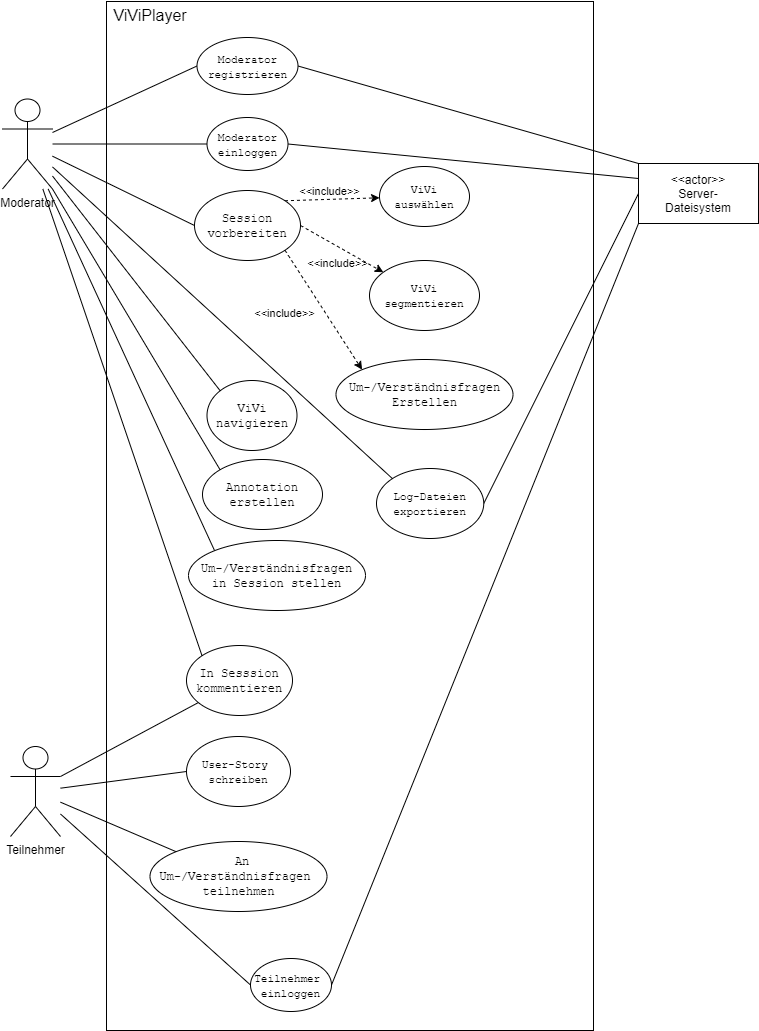
The draw.io diagram specification/sections/diagrams/viviplayer-uc-diagramm.png in dnguyen141/ViViPlayer, before a commit. Source tidied: cells renumbered, new cells last; positions are measured from the earlier drawing's top-left corner, leaving out a move shared by most shapes.
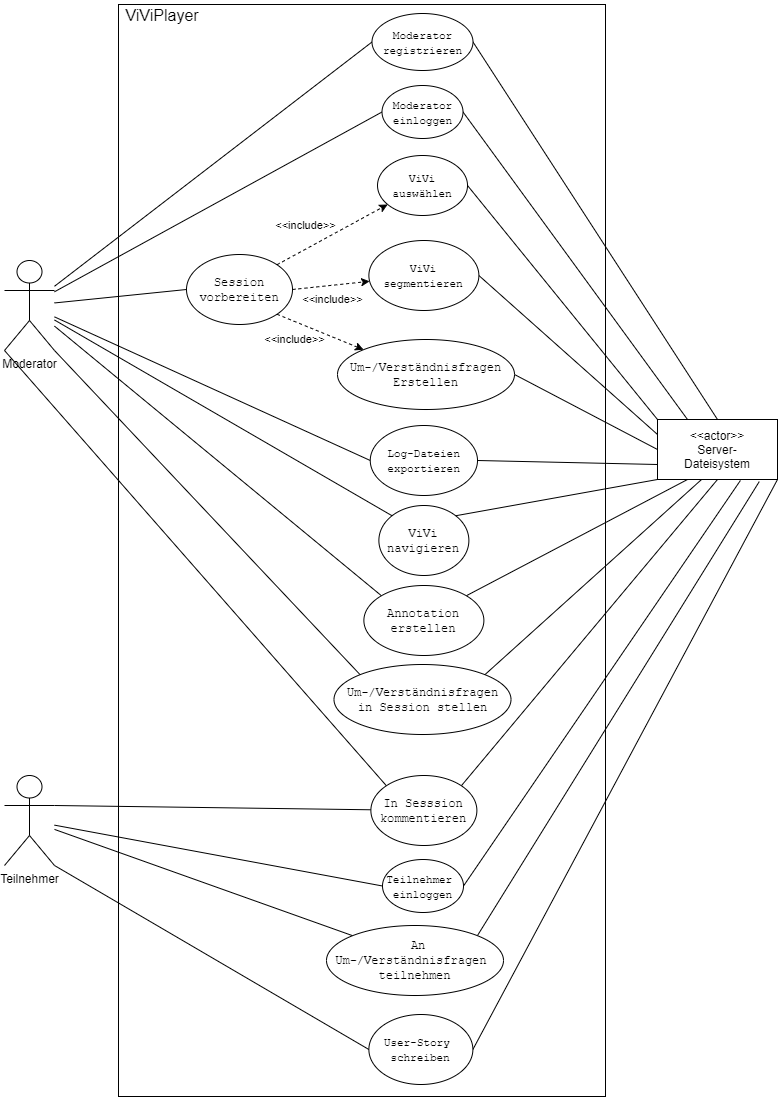
After the change.

The edit, as a diff of the source:
```diff
@@ -3,7 +3,7 @@
     <mxCell id="0" />
     <mxCell id="1" parent="0" />
     <mxCell id="2" style="rounded=0;whiteSpace=wrap;html=1;" parent="1" vertex="1">
-      <mxGeometry x="104" y="1" width="487" height="1029" as="geometry" />
+      <mxGeometry x="104" y="-29" width="487" height="1092" as="geometry" />
     </mxCell>
     <mxCell id="3" style="rounded=0;jettySize=auto;html=1;entryX=0;entryY=0.5;entryDx=0;entryDy=0;endArrow=none;endFill=0;" parent="1" edge="1" source="10" target="34">
       <mxGeometry relative="1" as="geometry" />
@@ -14,44 +14,59 @@
     <mxCell id="5" style="edgeStyle=none;rounded=0;jettySize=auto;html=1;entryX=0;entryY=0.5;entryDx=0;entryDy=0;endArrow=none;endFill=0;" parent="1" edge="1" source="10" target="26">
       <mxGeometry relative="1" as="geometry" />
     </mxCell>
-    <mxCell id="6" style="edgeStyle=none;rounded=0;jettySize=auto;html=1;entryX=0;entryY=0;entryDx=0;entryDy=0;endArrow=none;endFill=0;" parent="1" edge="1" source="10" target="35">
+    <mxCell id="6" style="edgeStyle=none;rounded=0;jettySize=auto;html=1;entryX=0;entryY=0;entryDx=0;entryDy=0;endArrow=none;endFill=0;exitX=1;exitY=1;exitDx=0;exitDy=0;exitPerimeter=0;" parent="1" edge="1" source="10" target="35">
       <mxGeometry relative="1" as="geometry" />
     </mxCell>
     <mxCell id="7" style="edgeStyle=none;rounded=0;jettySize=auto;html=1;entryX=0;entryY=0;entryDx=0;entryDy=0;labelBackgroundColor=none;endArrow=none;endFill=0;" parent="1" edge="1" source="10" target="14">
       <mxGeometry relative="1" as="geometry" />
     </mxCell>
-    <mxCell id="8" style="edgeStyle=none;rounded=0;jettySize=auto;html=1;entryX=0;entryY=0;entryDx=0;entryDy=0;labelBackgroundColor=none;endArrow=none;endFill=0;" parent="1" edge="1" source="10" target="22">
+    <mxCell id="8" style="edgeStyle=none;rounded=0;jettySize=auto;html=1;entryX=0;entryY=0;entryDx=0;entryDy=0;labelBackgroundColor=none;endArrow=none;endFill=0;exitX=0;exitY=1;exitDx=0;exitDy=0;exitPerimeter=0;" parent="1" edge="1" source="10" target="22">
       <mxGeometry relative="1" as="geometry" />
     </mxCell>
-    <mxCell id="9" style="edgeStyle=none;rounded=0;jettySize=auto;html=1;entryX=0;entryY=0;entryDx=0;entryDy=0;labelBackgroundColor=none;endArrow=none;endFill=0;exitX=1;exitY=1;exitDx=0;exitDy=0;exitPerimeter=0;" parent="1" edge="1" source="10" target="40">
+    <mxCell id="9" style="edgeStyle=none;rounded=0;jettySize=auto;html=1;entryX=0;entryY=0;entryDx=0;entryDy=0;labelBackgroundColor=none;endArrow=none;endFill=0;" parent="1" edge="1" source="10" target="40">
       <mxGeometry relative="1" as="geometry" />
     </mxCell>
     <mxCell id="10" value="Moderator" style="shape=umlActor;verticalLabelPosition=bottom;verticalAlign=top;html=1;outlineConnect=0;" parent="1" vertex="1">
-      <mxGeometry y="98.5" width="50" height="90" as="geometry" />
+      <mxGeometry x="-10" y="227" width="50" height="90" as="geometry" />
     </mxCell>
+    <mxCell id="41" style="edgeStyle=none;rounded=0;jettySize=auto;html=1;exitX=1;exitY=0.5;exitDx=0;exitDy=0;entryX=0;entryY=0;entryDx=0;entryDy=0;endArrow=none;endFill=0;" parent="1" edge="1" source="11" target="18">
+      <mxGeometry relative="1" as="geometry" />
+    </mxCell>
     <mxCell id="11" value="&lt;code&gt;&lt;font style=&quot;font-size: 11px&quot;&gt;ViVi auswählen&lt;/font&gt;&lt;/code&gt;" style="ellipse;whiteSpace=wrap;html=1;" parent="1" vertex="1">
-      <mxGeometry x="377" y="166" width="90" height="60" as="geometry" />
+      <mxGeometry x="363" y="122" width="90" height="60" as="geometry" />
     </mxCell>
+    <mxCell id="42" style="edgeStyle=none;rounded=0;jettySize=auto;html=1;exitX=1;exitY=0.5;exitDx=0;exitDy=0;entryX=0;entryY=0.25;entryDx=0;entryDy=0;endArrow=none;endFill=0;" parent="1" edge="1" source="12" target="18">
+      <mxGeometry relative="1" as="geometry" />
+    </mxCell>
     <mxCell id="12" value="&lt;code style=&quot;font-size: 11px&quot;&gt;ViVi segmentieren&lt;/code&gt;" style="ellipse;whiteSpace=wrap;html=1;" parent="1" vertex="1">
-      <mxGeometry x="367" y="260" width="110" height="70" as="geometry" />
+      <mxGeometry x="354.4" y="207" width="110" height="70" as="geometry" />
     </mxCell>
     <mxCell id="13" value="&lt;font style=&quot;font-size: 16px&quot;&gt;ViViPlayer&lt;/font&gt;" style="text;html=1;strokeColor=none;fillColor=none;align=center;verticalAlign=middle;whiteSpace=wrap;rounded=0;fontSize=11;" parent="1" vertex="1">
-      <mxGeometry x="104" width="88" height="30" as="geometry" />
+      <mxGeometry x="104" y="-33" width="88" height="30" as="geometry" />
     </mxCell>
+    <mxCell id="43" style="rounded=0;jettySize=auto;html=1;exitX=1;exitY=0;exitDx=0;exitDy=0;entryX=0;entryY=1;entryDx=0;entryDy=0;endArrow=none;endFill=0;" parent="1" edge="1" source="14" target="18">
+      <mxGeometry relative="1" as="geometry" />
+    </mxCell>
     <mxCell id="14" value="&lt;code&gt;ViVi navigieren&lt;/code&gt;" style="ellipse;whiteSpace=wrap;html=1;" parent="1" vertex="1">
-      <mxGeometry x="204.5" y="380" width="90" height="70" as="geometry" />
+      <mxGeometry x="364.4" y="472" width="90" height="70" as="geometry" />
     </mxCell>
+    <mxCell id="44" style="edgeStyle=none;rounded=0;jettySize=auto;html=1;exitX=1;exitY=0.5;exitDx=0;exitDy=0;entryX=0;entryY=0.5;entryDx=0;entryDy=0;endArrow=none;endFill=0;" parent="1" edge="1" source="15" target="18">
+      <mxGeometry relative="1" as="geometry" />
+    </mxCell>
     <mxCell id="15" value="&lt;code&gt;&amp;nbsp;Um-/Verständnisfragen &lt;br&gt;Erstellen&lt;/code&gt;" style="ellipse;whiteSpace=wrap;html=1;" parent="1" vertex="1">
-      <mxGeometry x="333.5" y="359" width="177" height="70" as="geometry" />
+      <mxGeometry x="323" y="306" width="177" height="70" as="geometry" />
     </mxCell>
-    <mxCell id="16" style="edgeStyle=none;rounded=0;jettySize=auto;html=1;exitX=0;exitY=0.5;exitDx=0;exitDy=0;labelBackgroundColor=none;endArrow=none;endFill=0;" parent="1" edge="1" source="17" target="21">
+    <mxCell id="16" style="edgeStyle=none;rounded=0;jettySize=auto;html=1;exitX=0;exitY=0.5;exitDx=0;exitDy=0;labelBackgroundColor=none;endArrow=none;endFill=0;entryX=1;entryY=1;entryDx=0;entryDy=0;entryPerimeter=0;" parent="1" edge="1" source="17" target="21">
       <mxGeometry relative="1" as="geometry" />
     </mxCell>
+    <mxCell id="45" style="edgeStyle=none;rounded=0;jettySize=auto;html=1;exitX=1;exitY=0.5;exitDx=0;exitDy=0;endArrow=none;endFill=0;entryX=1;entryY=1;entryDx=0;entryDy=0;" parent="1" edge="1" source="17" target="18">
+      <mxGeometry relative="1" as="geometry" />
+    </mxCell>
     <mxCell id="17" value="&lt;code&gt;&lt;font style=&quot;font-size: 11px&quot;&gt;User-Story &lt;br&gt;schreiben&lt;/font&gt;&lt;/code&gt;" style="ellipse;whiteSpace=wrap;html=1;" parent="1" vertex="1">
-      <mxGeometry x="184" y="736" width="104" height="70" as="geometry" />
+      <mxGeometry x="354.4" y="981" width="104" height="70" as="geometry" />
     </mxCell>
     <mxCell id="18" value="&lt;font style=&quot;font-size: 12px&quot;&gt;&amp;lt;&amp;lt;actor&amp;gt;&amp;gt;&lt;br&gt;Server-&lt;br&gt;Dateisystem&lt;br&gt;&lt;/font&gt;" style="rounded=0;whiteSpace=wrap;html=1;fontSize=10;" parent="1" vertex="1">
-      <mxGeometry x="636" y="163" width="120" height="60" as="geometry" />
+      <mxGeometry x="643" y="386" width="120" height="60" as="geometry" />
     </mxCell>
     <mxCell id="19" style="edgeStyle=none;rounded=0;jettySize=auto;html=1;exitX=1;exitY=0.3333333333333333;exitDx=0;exitDy=0;exitPerimeter=0;labelBackgroundColor=none;endArrow=none;endFill=0;" parent="1" edge="1" source="21" target="22">
       <mxGeometry relative="1" as="geometry" />
@@ -60,66 +75,78 @@
       <mxGeometry relative="1" as="geometry" />
     </mxCell>
     <mxCell id="21" value="Teilnehmer" style="shape=umlActor;verticalLabelPosition=bottom;verticalAlign=top;html=1;outlineConnect=0;" parent="1" vertex="1">
-      <mxGeometry x="8" y="746" width="50" height="90" as="geometry" />
+      <mxGeometry x="-10" y="742" width="50" height="90" as="geometry" />
     </mxCell>
+    <mxCell id="46" style="edgeStyle=none;rounded=0;jettySize=auto;html=1;exitX=1;exitY=0;exitDx=0;exitDy=0;entryX=0.5;entryY=1;entryDx=0;entryDy=0;endArrow=none;endFill=0;" parent="1" edge="1" source="22" target="18">
+      <mxGeometry relative="1" as="geometry" />
+    </mxCell>
     <mxCell id="22" value="&lt;code&gt;In Sesssion&lt;br&gt;kommentieren&lt;/code&gt;" style="ellipse;whiteSpace=wrap;html=1;" parent="1" vertex="1">
-      <mxGeometry x="184" y="645" width="106" height="70" as="geometry" />
+      <mxGeometry x="356.4" y="742" width="106" height="70" as="geometry" />
     </mxCell>
-    <mxCell id="23" style="edgeStyle=none;rounded=0;jettySize=auto;html=1;exitX=1;exitY=0.5;exitDx=0;exitDy=0;entryX=0;entryY=0.25;entryDx=0;entryDy=0;labelBackgroundColor=none;endArrow=none;endFill=0;" parent="1" edge="1" source="24" target="18">
+    <mxCell id="23" style="edgeStyle=none;rounded=0;jettySize=auto;html=1;exitX=1;exitY=0.5;exitDx=0;exitDy=0;entryX=0.25;entryY=0;entryDx=0;entryDy=0;labelBackgroundColor=none;endArrow=none;endFill=0;" parent="1" edge="1" source="24" target="18">
       <mxGeometry relative="1" as="geometry" />
     </mxCell>
     <mxCell id="24" value="&lt;code&gt;&lt;font style=&quot;font-size: 11px&quot;&gt;Moderator einloggen&lt;/font&gt;&lt;/code&gt;" style="ellipse;whiteSpace=wrap;html=1;" parent="1" vertex="1">
-      <mxGeometry x="204.5" y="117" width="81" height="53" as="geometry" />
+      <mxGeometry x="367.5" y="52" width="81" height="53" as="geometry" />
     </mxCell>
-    <mxCell id="25" style="edgeStyle=none;rounded=0;jettySize=auto;html=1;exitX=1;exitY=0.5;exitDx=0;exitDy=0;entryX=0;entryY=0;entryDx=0;entryDy=0;labelBackgroundColor=none;endArrow=none;endFill=0;" parent="1" edge="1" source="26" target="18">
+    <mxCell id="25" style="edgeStyle=none;rounded=0;jettySize=auto;html=1;exitX=1;exitY=0.5;exitDx=0;exitDy=0;entryX=0.5;entryY=0;entryDx=0;entryDy=0;labelBackgroundColor=none;endArrow=none;endFill=0;" parent="1" edge="1" source="26" target="18">
       <mxGeometry relative="1" as="geometry" />
     </mxCell>
     <mxCell id="26" value="&lt;code&gt;&lt;font style=&quot;font-size: 11px&quot;&gt;Moderator&lt;br&gt;registrieren&lt;/font&gt;&lt;/code&gt;" style="ellipse;whiteSpace=wrap;html=1;" parent="1" vertex="1">
-      <mxGeometry x="194.5" y="37" width="101" height="57" as="geometry" />
+      <mxGeometry x="357.5" y="-20" width="101" height="57" as="geometry" />
     </mxCell>
     <mxCell id="27" style="edgeStyle=none;rounded=0;jettySize=auto;html=1;exitX=0;exitY=0.5;exitDx=0;exitDy=0;labelBackgroundColor=none;endArrow=none;endFill=0;" parent="1" edge="1" source="29" target="21">
       <mxGeometry relative="1" as="geometry" />
     </mxCell>
-    <mxCell id="28" style="edgeStyle=none;rounded=0;jettySize=auto;html=1;exitX=1;exitY=0.5;exitDx=0;exitDy=0;entryX=0;entryY=1;entryDx=0;entryDy=0;labelBackgroundColor=none;endArrow=none;endFill=0;" parent="1" edge="1" source="29" target="18">
+    <mxCell id="28" style="edgeStyle=none;rounded=0;jettySize=auto;html=1;exitX=1;exitY=0.5;exitDx=0;exitDy=0;entryX=0.691;entryY=1.016;entryDx=0;entryDy=0;labelBackgroundColor=none;endArrow=none;endFill=0;entryPerimeter=0;" parent="1" edge="1" source="29" target="18">
       <mxGeometry relative="1" as="geometry" />
     </mxCell>
     <mxCell id="29" value="&lt;code&gt;&lt;font style=&quot;font-size: 11px&quot;&gt;Teilnehmer &lt;br&gt;einloggen&lt;/font&gt;&lt;/code&gt;" style="ellipse;whiteSpace=wrap;html=1;" parent="1" vertex="1">
-      <mxGeometry x="248" y="958" width="81" height="53" as="geometry" />
+      <mxGeometry x="368" y="826" width="81" height="53" as="geometry" />
     </mxCell>
     <mxCell id="30" style="edgeStyle=none;rounded=0;jettySize=auto;html=1;exitX=1;exitY=0;exitDx=0;exitDy=0;dashed=1;" parent="1" edge="1" source="34" target="11">
       <mxGeometry relative="1" as="geometry" />
     </mxCell>
     <mxCell id="31" value="&amp;lt;&amp;lt;include&amp;gt;&amp;gt;" style="edgeLabel;html=1;align=center;verticalAlign=middle;labelBackgroundColor=none;" parent="30" vertex="1">
       <mxGeometry x="0.26" y="-4" relative="1" as="geometry">
-        <mxPoint x="-16" y="-12" as="offset" />
+        <mxPoint x="-44" y="-5" as="offset" />
       </mxGeometry>
     </mxCell>
     <mxCell id="32" value="&#10;&#10;&lt;span style=&quot;color: rgb(0, 0, 0); font-family: helvetica; font-size: 11px; font-style: normal; font-weight: 400; letter-spacing: normal; text-align: center; text-indent: 0px; text-transform: none; word-spacing: 0px; display: inline; float: none;&quot;&gt;&amp;lt;&amp;lt;include&amp;gt;&amp;gt;&lt;/span&gt;&#10;&#10;" style="edgeStyle=none;rounded=0;jettySize=auto;html=1;exitX=1;exitY=0.5;exitDx=0;exitDy=0;dashed=1;labelPosition=center;verticalLabelPosition=middle;align=center;verticalAlign=middle;labelBackgroundColor=none;" parent="1" edge="1" source="34" target="12">
-      <mxGeometry x="0.07" y="-15" relative="1" as="geometry" />
+      <mxGeometry y="-14" relative="1" as="geometry" />
     </mxCell>
     <mxCell id="33" value="&#10;&#10;&lt;span style=&quot;color: rgb(0, 0, 0); font-family: helvetica; font-size: 11px; font-style: normal; font-weight: 400; letter-spacing: normal; text-align: center; text-indent: 0px; text-transform: none; word-spacing: 0px; display: inline; float: none;&quot;&gt;&amp;lt;&amp;lt;include&amp;gt;&amp;gt;&lt;/span&gt;&#10;&#10;" style="edgeStyle=none;rounded=0;jettySize=auto;html=1;exitX=1;exitY=1;exitDx=0;exitDy=0;entryX=0;entryY=0;entryDx=0;entryDy=0;dashed=1;labelBackgroundColor=none;" parent="1" edge="1" source="34" target="15">
-      <mxGeometry x="-0.26" y="-35" relative="1" as="geometry" />
+      <mxGeometry x="-0.45" y="-17" relative="1" as="geometry" />
     </mxCell>
     <mxCell id="34" value="&lt;code&gt;Session vorbereiten&lt;/code&gt;" style="ellipse;whiteSpace=wrap;html=1;" parent="1" vertex="1">
-      <mxGeometry x="192" y="190" width="106" height="70" as="geometry" />
+      <mxGeometry x="172" y="221" width="106" height="70" as="geometry" />
     </mxCell>
+    <mxCell id="47" style="edgeStyle=none;rounded=0;jettySize=auto;html=1;exitX=1;exitY=0;exitDx=0;exitDy=0;endArrow=none;endFill=0;entryX=0.367;entryY=1;entryDx=0;entryDy=0;entryPerimeter=0;" parent="1" edge="1" source="35" target="18">
+      <mxGeometry relative="1" as="geometry" />
+    </mxCell>
     <mxCell id="35" value="&lt;code&gt;&amp;nbsp;Um-/Verständnisfragen &lt;br&gt;in Session stellen&lt;/code&gt;" style="ellipse;whiteSpace=wrap;html=1;" parent="1" vertex="1">
-      <mxGeometry x="186" y="540" width="177" height="70" as="geometry" />
+      <mxGeometry x="319.5" y="631" width="177" height="70" as="geometry" />
     </mxCell>
-    <mxCell id="36" style="edgeStyle=none;rounded=0;jettySize=auto;html=1;exitX=0;exitY=0;exitDx=0;exitDy=0;labelBackgroundColor=none;endArrow=none;endFill=0;" parent="1" edge="1" source="38" target="10">
+    <mxCell id="36" style="edgeStyle=none;rounded=0;jettySize=auto;html=1;exitX=0;exitY=0.5;exitDx=0;exitDy=0;labelBackgroundColor=none;endArrow=none;endFill=0;" parent="1" edge="1" source="38" target="10">
       <mxGeometry relative="1" as="geometry" />
     </mxCell>
-    <mxCell id="37" style="edgeStyle=none;rounded=0;jettySize=auto;html=1;exitX=1;exitY=0.5;exitDx=0;exitDy=0;entryX=0;entryY=0.5;entryDx=0;entryDy=0;labelBackgroundColor=none;endArrow=none;endFill=0;" parent="1" edge="1" source="38" target="18">
+    <mxCell id="37" style="edgeStyle=none;rounded=0;jettySize=auto;html=1;exitX=1;exitY=0.5;exitDx=0;exitDy=0;labelBackgroundColor=none;endArrow=none;endFill=0;entryX=0;entryY=0.75;entryDx=0;entryDy=0;" parent="1" edge="1" source="38" target="18">
       <mxGeometry relative="1" as="geometry" />
     </mxCell>
     <mxCell id="38" value="&lt;code&gt;&lt;font style=&quot;font-size: 11px&quot;&gt;Log-Dateien&lt;br&gt;exportieren&lt;/font&gt;&lt;/code&gt;" style="ellipse;whiteSpace=wrap;html=1;" parent="1" vertex="1">
-      <mxGeometry x="374" y="468" width="107.2" height="70" as="geometry" />
+      <mxGeometry x="355.8" y="392" width="107.2" height="70" as="geometry" />
     </mxCell>
+    <mxCell id="48" style="edgeStyle=none;rounded=0;jettySize=auto;html=1;exitX=1;exitY=0;exitDx=0;exitDy=0;entryX=0.848;entryY=1.035;entryDx=0;entryDy=0;endArrow=none;endFill=0;entryPerimeter=0;" parent="1" edge="1" source="39" target="18">
+      <mxGeometry relative="1" as="geometry" />
+    </mxCell>
     <mxCell id="39" value="&lt;code&gt;&amp;nbsp;An Um-/Verständnisfragen &lt;br&gt;teilnehmen&lt;/code&gt;" style="ellipse;whiteSpace=wrap;html=1;" parent="1" vertex="1">
-      <mxGeometry x="147.5" y="841" width="177" height="70" as="geometry" />
+      <mxGeometry x="312" y="892" width="177" height="70" as="geometry" />
     </mxCell>
+    <mxCell id="49" style="edgeStyle=none;rounded=0;jettySize=auto;html=1;exitX=1;exitY=0;exitDx=0;exitDy=0;entryX=0.25;entryY=1;entryDx=0;entryDy=0;endArrow=none;endFill=0;" parent="1" edge="1" source="40" target="18">
+      <mxGeometry relative="1" as="geometry" />
+    </mxCell>
     <mxCell id="40" value="&lt;font face=&quot;monospace&quot;&gt;Annotation&lt;br&gt;erstellen&lt;/font&gt;" style="ellipse;whiteSpace=wrap;html=1;" parent="1" vertex="1">
-      <mxGeometry x="200" y="459" width="120" height="70" as="geometry" />
+      <mxGeometry x="349.4" y="552" width="120" height="70" as="geometry" />
     </mxCell>
   </root>
 </mxGraphModel>
```
